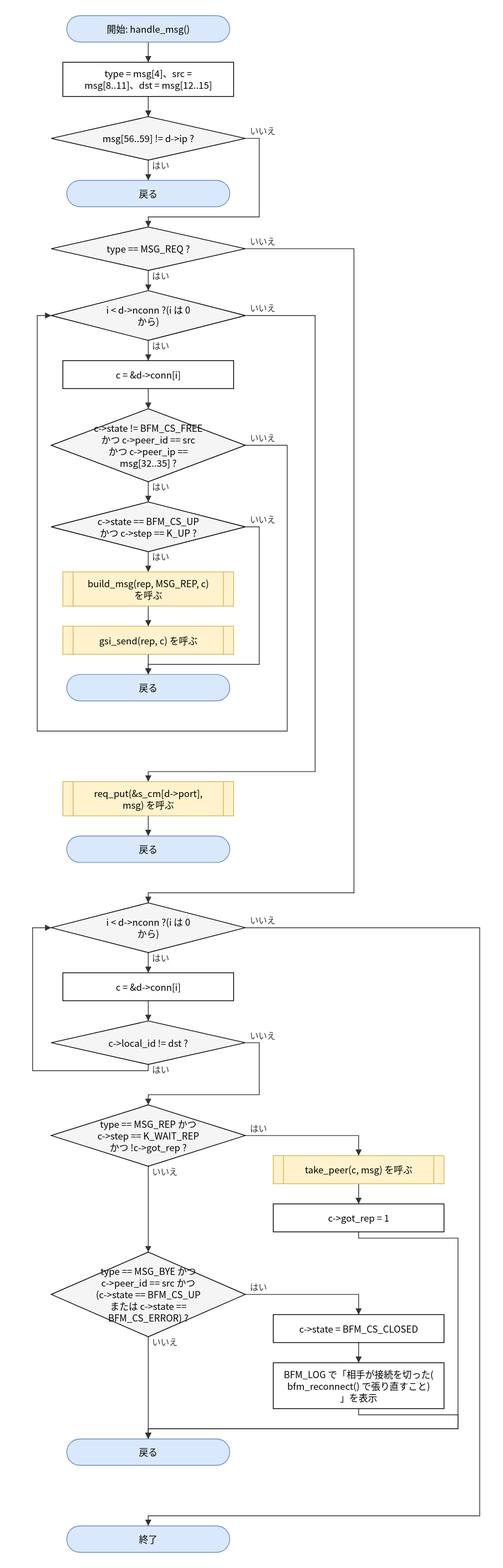
The draw.io diagram doc/spec/images/flow_src_bfm_cm-handle_msg.drawio.svg in hf355051012-ai/bfmem, before a commit. Source tidied: cells renumbered, new cells last; positions are measured from the earlier drawing's top-left corner, leaving out a move shared by most shapes.
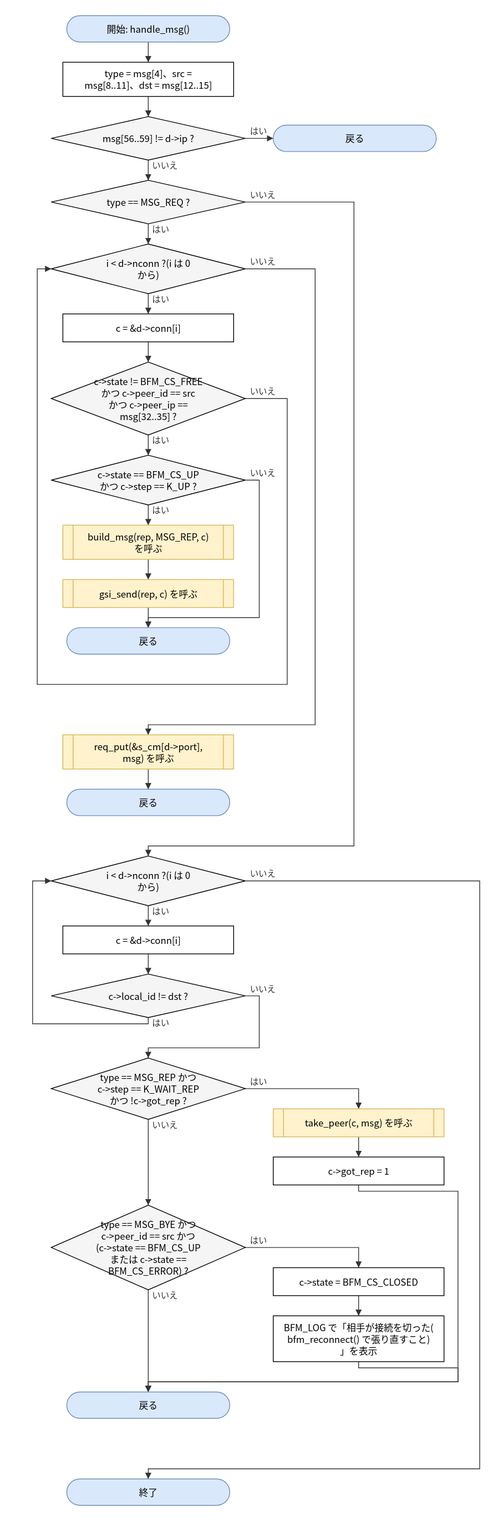
Above is the later version.

Change to the diagram source:
```diff
@@ -3,16 +3,16 @@
     <mxCell id="0" />
     <mxCell id="1" parent="0" />
     <mxCell id="2" value="開始: handle_msg()" style="rounded=1;arcSize=50;whiteSpace=wrap;html=1;fillColor=#dae8fc;strokeColor=#6c8ebf;" parent="1" vertex="1">
-      <mxGeometry x="44" width="210" height="34" as="geometry" />
+      <mxGeometry x="44" y="60" width="210" height="34" as="geometry" />
     </mxCell>
     <mxCell id="3" value="type = msg[4]、src =&lt;br&gt;msg[8..11]、dst = msg[12..15]" style="rounded=0;whiteSpace=wrap;html=1;" parent="1" vertex="1">
-      <mxGeometry x="39" y="60" width="220" height="44" as="geometry" />
+      <mxGeometry x="39" y="120" width="220" height="44" as="geometry" />
     </mxCell>
     <mxCell id="4" value="msg[56..59] != d-&amp;gt;ip ?" style="rhombus;whiteSpace=wrap;html=1;fillColor=#f5f5f5;" parent="1" vertex="1">
-      <mxGeometry x="24" y="130" width="250" height="56" as="geometry" />
+      <mxGeometry x="24" y="190" width="250" height="56" as="geometry" />
     </mxCell>
     <mxCell id="5" value="戻る" style="rounded=1;arcSize=50;whiteSpace=wrap;html=1;fillColor=#dae8fc;strokeColor=#6c8ebf;" parent="1" vertex="1">
-      <mxGeometry x="44" y="212" width="210" height="34" as="geometry" />
+      <mxGeometry x="310" y="201" width="210" height="34" as="geometry" />
     </mxCell>
     <mxCell id="6" value="type == MSG_REQ ?" style="rhombus;whiteSpace=wrap;html=1;fillColor=#f5f5f5;" parent="1" vertex="1">
       <mxGeometry x="24" y="272" width="250" height="56" as="geometry" />
@@ -83,17 +83,11 @@
     <mxCell id="28" style="edgeStyle=none;html=1;rounded=0;endArrow=block;endFill=1;exitX=0.5000;exitY=1.0000;exitDx=0;exitDy=0;exitPerimeter=0;entryX=0.5000;entryY=0.0000;entryDx=0;entryDy=0;entryPerimeter=0;" parent="1" edge="1" source="3" target="4">
       <mxGeometry relative="1" as="geometry" />
     </mxCell>
-    <mxCell id="29" value="はい" style="edgeStyle=none;html=1;rounded=0;endArrow=block;endFill=1;exitX=0.5000;exitY=1.0000;exitDx=0;exitDy=0;exitPerimeter=0;entryX=0.5000;entryY=0.0000;entryDx=0;entryDy=0;entryPerimeter=0;" parent="1" edge="1" source="4" target="5">
+    <mxCell id="29" value="はい" style="edgeStyle=none;html=1;rounded=0;endArrow=block;endFill=1;exitX=1.0000;exitY=0.5000;exitDx=0;exitDy=0;exitPerimeter=0;entryX=0.0000;entryY=0.5000;entryDx=0;entryDy=0;entryPerimeter=0;" parent="1" edge="1" source="4" target="5">
       <mxGeometry relative="1" as="geometry" />
     </mxCell>
-    <mxCell id="30" value="いいえ" style="edgeStyle=none;html=1;rounded=0;endArrow=block;endFill=1;exitX=1.0000;exitY=0.5000;exitDx=0;exitDy=0;exitPerimeter=0;entryX=0.5000;entryY=0.0000;entryDx=0;entryDy=0;entryPerimeter=0;" parent="1" edge="1" source="4" target="6">
-      <mxGeometry relative="1" as="geometry">
-        <Array as="points">
-          <mxPoint x="292" y="158" />
-          <mxPoint x="292" y="259" />
-          <mxPoint x="149" y="259" />
-        </Array>
-      </mxGeometry>
+    <mxCell id="30" value="いいえ" style="edgeStyle=none;html=1;rounded=0;endArrow=block;endFill=1;exitX=0.5000;exitY=1.0000;exitDx=0;exitDy=0;exitPerimeter=0;entryX=0.5000;entryY=0.0000;entryDx=0;entryDy=0;entryPerimeter=0;" parent="1" edge="1" source="4" target="6">
+      <mxGeometry relative="1" as="geometry" />
     </mxCell>
     <mxCell id="31" value="はい" style="edgeStyle=none;html=1;rounded=0;endArrow=block;endFill=1;exitX=0.5000;exitY=1.0000;exitDx=0;exitDy=0;exitPerimeter=0;entryX=0.5000;entryY=0.0000;entryDx=0;entryDy=0;entryPerimeter=0;" parent="1" edge="1" source="6" target="7">
       <mxGeometry relative="1" as="geometry" />
```
